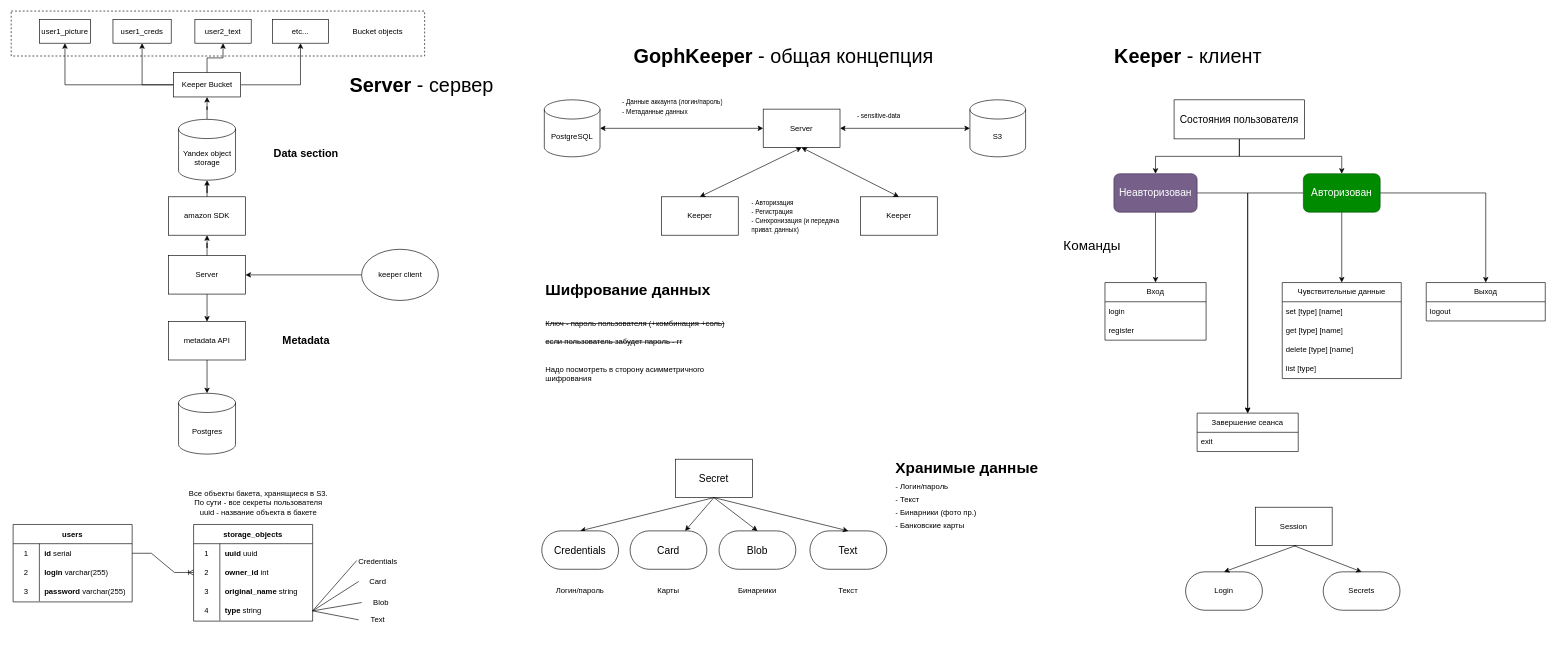
This is scheme.drawio from nessai1/gophKeeper, a draw.io file, before an edit. Source tidied: cells renumbered, new cells numbered last; positions are measured from the earlier drawing's top-left corner, leaving out a move shared by most shapes. Both pictures are drawn from the tidied source at 64%, with x=0, y=0 at pixel (11, 11).
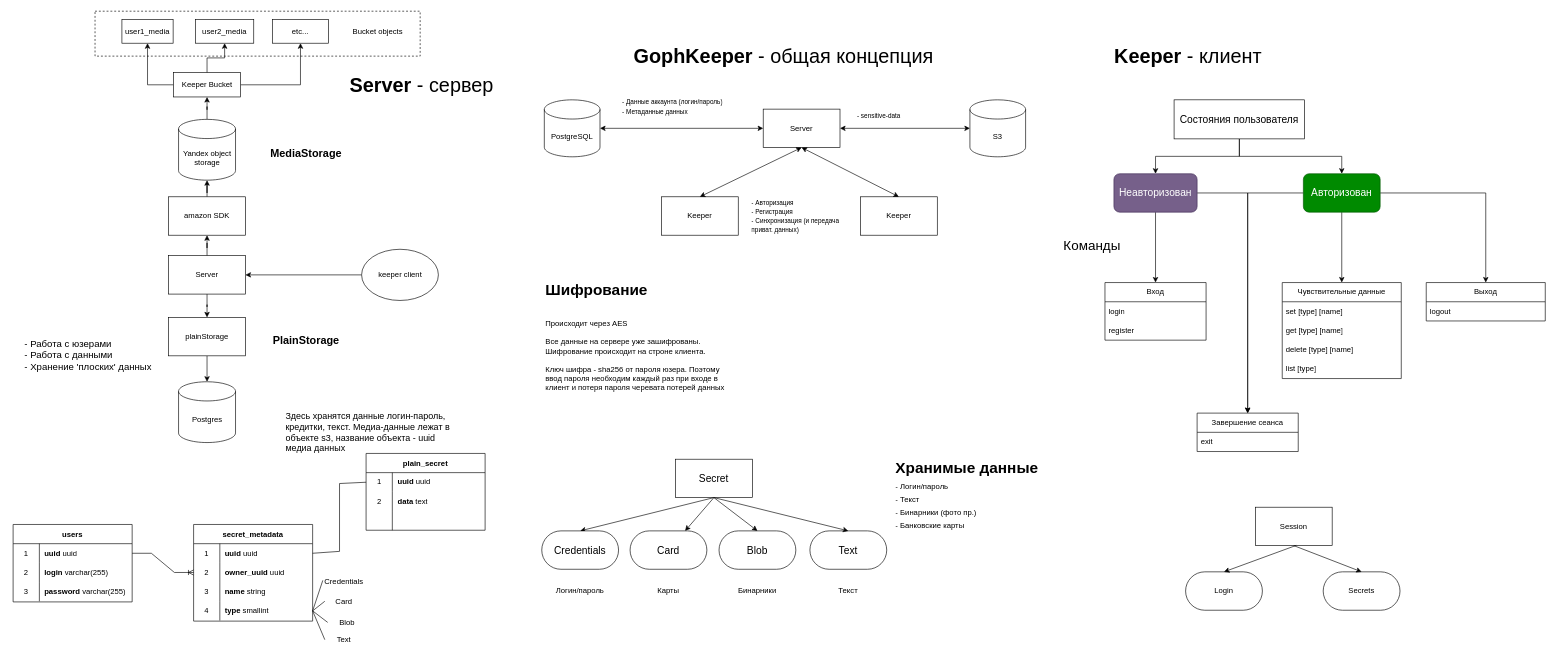
The same page after the edit.

The change refers to these unchanged cells:
```xml
<mxCell id="71" value="Keeper Bucket" style="rounded=0;whiteSpace=wrap;html=1;" parent="1" vertex="1">
  <mxGeometry x="253.5" y="96" width="105" height="38" as="geometry" />
</mxCell>
<mxCell id="86" style="shape=tableRow;horizontal=0;startSize=0;swimlaneHead=0;swimlaneBody=0;top=0;left=0;bottom=0;right=0;fillColor=none;points=[[0,0.5],[1,0.5]];portConstraint=eastwest;fontSize=12;" parent="85" vertex="1">
  <mxGeometry y="30" width="186" height="30" as="geometry" />
</mxCell>
<mxCell id="96" style="shape=tableRow;horizontal=0;startSize=0;swimlaneHead=0;swimlaneBody=0;top=0;left=0;bottom=0;right=0;fillColor=none;points=[[0,0.5],[1,0.5]];portConstraint=eastwest;fontSize=12;" parent="95" vertex="1">
  <mxGeometry y="30" width="186" height="30" as="geometry" />
</mxCell>
<mxCell id="99" style="shape=tableRow;horizontal=0;startSize=0;swimlaneHead=0;swimlaneBody=0;top=0;left=0;bottom=0;right=0;fillColor=none;points=[[0,0.5],[1,0.5]];portConstraint=eastwest;fontSize=12;" parent="95" vertex="1">
  <mxGeometry y="60" width="186" height="30" as="geometry" />
</mxCell>
<mxCell id="102" style="shape=tableRow;horizontal=0;startSize=0;swimlaneHead=0;swimlaneBody=0;top=0;left=0;bottom=0;right=0;fillColor=none;fontSize=12;" parent="95" vertex="1">
  <mxGeometry y="90" width="186" height="30" as="geometry" />
</mxCell>
<mxCell id="105" style="shape=tableRow;horizontal=0;startSize=0;swimlaneHead=0;swimlaneBody=0;top=0;left=0;bottom=0;right=0;fillColor=none;points=[[0,0.5],[1,0.5]];portConstraint=eastwest;fontSize=12;" parent="95" vertex="1">
  <mxGeometry y="120" width="186" height="30" as="geometry" />
</mxCell>
```

What changed in the source:
```diff
@@
-    <mxCell id="15" value="&lt;h1&gt;Шифрование данных&lt;/h1&gt;&lt;div&gt;&lt;strike&gt;&lt;br&gt;&lt;/strike&gt;&lt;/div&gt;&lt;div&gt;&lt;strike&gt;Ключ - пароль пользователя (+комбинация +соль)&lt;br&gt;&lt;br&gt;если пользователь забудет пароль - гг&lt;/strike&gt;&lt;/div&gt;&lt;div&gt;&lt;strike&gt;&lt;br&gt;&lt;/strike&gt;&lt;/div&gt;&lt;div&gt;&lt;strike&gt;&lt;br&gt;&lt;/strike&gt;&lt;/div&gt;&lt;div&gt;Надо посмотреть в сторону асимметричного шифрования&lt;/div&gt;&lt;div&gt;&lt;br&gt;&lt;/div&gt;" style="text;html=1;strokeColor=none;fillColor=none;spacing=5;spacingTop=-20;whiteSpace=wrap;overflow=hidden;rounded=0;" parent="1" vertex="1">
+    <mxCell id="15" value="&lt;h1&gt;Шифрование&amp;nbsp;&lt;/h1&gt;&lt;div&gt;&lt;br&gt;&lt;/div&gt;&lt;div&gt;Происходит через AES&lt;/div&gt;&lt;div&gt;&lt;br&gt;&lt;/div&gt;&lt;div&gt;Все данные на сервере уже зашифрованы. Шифрование происходит на строне клиента.&lt;/div&gt;&lt;div&gt;&lt;br&gt;&lt;/div&gt;&lt;div&gt;Ключ шифра - sha256 от пароля юзера. Поэтому ввод пароля необходим каждый раз при входе в клиент и потеря пароля черевата потерей данных&lt;/div&gt;" style="text;html=1;strokeColor=none;fillColor=none;spacing=5;spacingTop=-20;whiteSpace=wrap;overflow=hidden;rounded=0;" parent="1" vertex="1">
       <mxGeometry x="830" y="416" width="308" height="185" as="geometry" />
     </mxCell>
@@
-    <mxCell id="69" style="edgeStyle=orthogonalEdgeStyle;rounded=0;jettySize=auto;html=1;" parent="1" edge="1" source="71" target="76">
-      <mxGeometry relative="1" as="geometry" />
-    </mxCell>
@@
-    <mxCell id="74" value="user1_picture" style="rounded=0;whiteSpace=wrap;html=1;" parent="1" vertex="1">
-      <mxGeometry x="44" y="13" width="80" height="37" as="geometry" />
+    <mxCell id="74" value="user1_media" style="rounded=0;whiteSpace=wrap;html=1;" parent="1" vertex="1">
+      <mxGeometry x="173" y="13" width="80" height="37" as="geometry" />
     </mxCell>
-    <mxCell id="75" value="user1_creds" style="rounded=0;whiteSpace=wrap;html=1;" parent="1" vertex="1">
-      <mxGeometry x="159" y="13" width="91" height="37" as="geometry" />
+    <mxCell id="75" value="user2_media" style="rounded=0;whiteSpace=wrap;html=1;" parent="1" vertex="1">
+      <mxGeometry x="288" y="13" width="91" height="37" as="geometry" />
     </mxCell>
-    <mxCell id="76" value="user2_text" style="rounded=0;whiteSpace=wrap;html=1;" parent="1" vertex="1">
-      <mxGeometry x="287" y="13" width="88" height="37" as="geometry" />
-    </mxCell>
@@
     <mxCell id="78" style="rounded=0;whiteSpace=wrap;html=1;dashed=1;fillColor=none;" parent="1" vertex="1">
-      <mxGeometry y="-0.2" width="646" height="70.2" as="geometry" />
+      <mxGeometry x="131" width="508" height="70.2" as="geometry" />
     </mxCell>
@@
-    <mxCell id="80" value="Data section" style="text;html=1;strokeColor=none;fillColor=none;align=center;verticalAlign=middle;whiteSpace=wrap;rounded=0;dashed=1;fontSize=17;fontStyle=1;" parent="1" vertex="1">
+    <mxCell id="80" value="MediaStorage" style="text;html=1;strokeColor=none;fillColor=none;align=center;verticalAlign=middle;whiteSpace=wrap;rounded=0;dashed=1;fontSize=17;fontStyle=1;" parent="1" vertex="1">
       <mxGeometry x="398" y="199.5" width="126" height="47" as="geometry" />
     </mxCell>
@@
-    <mxCell id="82" value="metadata API" style="rounded=0;whiteSpace=wrap;html=1;" parent="1" vertex="1">
-      <mxGeometry x="246" y="485" width="120" height="60" as="geometry" />
+    <mxCell id="82" value="plainStorage" style="rounded=0;whiteSpace=wrap;html=1;" parent="1" vertex="1">
+      <mxGeometry x="246" y="478.5" width="120" height="60" as="geometry" />
     </mxCell>
     <mxCell id="83" value="Postgres" style="shape=cylinder3;whiteSpace=wrap;html=1;boundedLbl=1;backgroundOutline=1;size=15;" parent="1" vertex="1">
-      <mxGeometry x="261.5" y="597" width="89" height="95" as="geometry" />
+      <mxGeometry x="261.5" y="579" width="89" height="95" as="geometry" />
     </mxCell>
-    <mxCell id="84" value="Metadata" style="text;html=1;strokeColor=none;fillColor=none;align=center;verticalAlign=middle;whiteSpace=wrap;rounded=0;dashed=1;fontSize=17;fontStyle=1;" parent="1" vertex="1">
+    <mxCell id="84" value="PlainStorage" style="text;html=1;strokeColor=none;fillColor=none;align=center;verticalAlign=middle;whiteSpace=wrap;rounded=0;dashed=1;fontSize=17;fontStyle=1;" parent="1" vertex="1">
       <mxGeometry x="398" y="491.5" width="126" height="47" as="geometry" />
     </mxCell>
@@
-    <mxCell id="88" value="&lt;b&gt;id&lt;/b&gt; serial" style="shape=partialRectangle;html=1;whiteSpace=wrap;fillColor=none;top=0;left=0;bottom=0;right=0;align=left;spacingLeft=6;overflow=hidden;fontSize=12;" parent="86" vertex="1">
+    <mxCell id="88" value="&lt;b&gt;uuid &lt;/b&gt;uuid" style="shape=partialRectangle;html=1;whiteSpace=wrap;fillColor=none;top=0;left=0;bottom=0;right=0;align=left;spacingLeft=6;overflow=hidden;fontSize=12;" parent="86" vertex="1">
       <mxGeometry x="41" width="145" height="30" as="geometry" />
     </mxCell>
@@
-    <mxCell id="95" value="storage_objects" style="shape=table;startSize=30;childLayout=tableLayout;rowLines=0;fontStyle=1;fontSize=12;fillColor=default;" parent="1" vertex="1">
+    <mxCell id="95" value="secret_metadata" style="shape=table;startSize=30;childLayout=tableLayout;rowLines=0;fontStyle=1;fontSize=12;fillColor=default;" parent="1" vertex="1">
       <mxGeometry x="285" y="802" width="186" height="151" as="geometry" />
     </mxCell>
@@
-    <mxCell id="101" value="&lt;b&gt;owner_id&amp;nbsp;&lt;/b&gt;int" style="shape=partialRectangle;html=1;whiteSpace=wrap;fillColor=none;top=0;left=0;bottom=0;right=0;align=left;spacingLeft=6;overflow=hidden;fontSize=12;" parent="99" vertex="1">
+    <mxCell id="101" value="&lt;b&gt;owner_uuid &lt;/b&gt;uuid" style="shape=partialRectangle;html=1;whiteSpace=wrap;fillColor=none;top=0;left=0;bottom=0;right=0;align=left;spacingLeft=6;overflow=hidden;fontSize=12;" parent="99" vertex="1">
       <mxGeometry x="41" width="145" height="30" as="geometry" />
     </mxCell>
@@
-    <mxCell id="104" value="&lt;b&gt;original_name &lt;/b&gt;string" style="shape=partialRectangle;html=1;whiteSpace=wrap;fillColor=none;top=0;left=0;bottom=0;right=0;align=left;spacingLeft=6;overflow=hidden;fontSize=12;" parent="102" vertex="1">
+    <mxCell id="104" value="&lt;b&gt;name &lt;/b&gt;string" style="shape=partialRectangle;html=1;whiteSpace=wrap;fillColor=none;top=0;left=0;bottom=0;right=0;align=left;spacingLeft=6;overflow=hidden;fontSize=12;" parent="102" vertex="1">
       <mxGeometry x="41" width="145" height="30" as="geometry" />
     </mxCell>
@@
-    <mxCell id="107" value="&lt;b&gt;type &lt;/b&gt;string" style="shape=partialRectangle;html=1;whiteSpace=wrap;fillColor=none;top=0;left=0;bottom=0;right=0;align=left;spacingLeft=6;overflow=hidden;fontSize=12;" parent="105" vertex="1">
+    <mxCell id="107" value="&lt;b&gt;type&amp;nbsp;&lt;/b&gt;smallint" style="shape=partialRectangle;html=1;whiteSpace=wrap;fillColor=none;top=0;left=0;bottom=0;right=0;align=left;spacingLeft=6;overflow=hidden;fontSize=12;" parent="105" vertex="1">
       <mxGeometry x="41" width="145" height="30" as="geometry" />
     </mxCell>
@@
-    <mxCell id="109" value="Все объекты бакета, хранящиеся в S3. По сути - все секреты пользователя&lt;br&gt;uuid - название объекта в бакете" style="text;html=1;strokeColor=none;fillColor=none;align=center;verticalAlign=middle;whiteSpace=wrap;rounded=0;fontSize=12;" parent="1" vertex="1">
-      <mxGeometry x="272" y="733" width="229" height="69" as="geometry" />
-    </mxCell>
     <mxCell id="110" value="Credentials" style="text;html=1;strokeColor=none;fillColor=none;align=center;verticalAlign=middle;whiteSpace=wrap;rounded=0;fontSize=12;" parent="1" vertex="1">
-      <mxGeometry x="543" y="846" width="60" height="30" as="geometry" />
+      <mxGeometry x="490" y="877" width="60" height="30" as="geometry" />
     </mxCell>
     <mxCell id="111" value="Card" style="text;html=1;strokeColor=none;fillColor=none;align=center;verticalAlign=middle;whiteSpace=wrap;rounded=0;fontSize=12;" parent="1" vertex="1">
-      <mxGeometry x="543" y="876" width="60" height="30" as="geometry" />
+      <mxGeometry x="490" y="907" width="60" height="30" as="geometry" />
     </mxCell>
     <mxCell id="112" value="Blob" style="text;html=1;strokeColor=none;fillColor=none;align=center;verticalAlign=middle;whiteSpace=wrap;rounded=0;fontSize=12;" parent="1" vertex="1">
-      <mxGeometry x="547.5" y="909" width="60" height="30" as="geometry" />
+      <mxGeometry x="494.5" y="940" width="60" height="30" as="geometry" />
     </mxCell>
     <mxCell id="113" value="Text" style="text;html=1;strokeColor=none;fillColor=none;align=center;verticalAlign=middle;whiteSpace=wrap;rounded=0;fontSize=12;" parent="1" vertex="1">
-      <mxGeometry x="543" y="936" width="60" height="30" as="geometry" />
+      <mxGeometry x="490" y="967" width="60" height="30" as="geometry" />
     </mxCell>
@@
+    <mxCell id="118" value="plain_secret" style="shape=table;startSize=30;childLayout=tableLayout;rowLines=0;fontStyle=1;fontSize=12;fillColor=default;" parent="1" vertex="1">
+      <mxGeometry x="554.5" y="691" width="186" height="120" as="geometry" />
+    </mxCell>
+    <mxCell id="119" style="shape=tableRow;horizontal=0;startSize=0;swimlaneHead=0;swimlaneBody=0;top=0;left=0;bottom=0;right=0;fillColor=none;points=[[0,0.5],[1,0.5]];portConstraint=eastwest;fontSize=12;" parent="118" vertex="1">
+      <mxGeometry y="30" width="186" height="30" as="geometry" />
+    </mxCell>
+    <mxCell id="120" value="1" style="shape=partialRectangle;html=1;whiteSpace=wrap;fillColor=none;top=0;left=0;bottom=0;right=0;overflow=hidden;fontSize=12;" parent="119" vertex="1">
+      <mxGeometry width="41" height="30" as="geometry" />
+    </mxCell>
+    <mxCell id="121" value="&lt;b&gt;uuid&lt;/b&gt;&amp;nbsp;uuid" style="shape=partialRectangle;html=1;whiteSpace=wrap;fillColor=none;top=0;left=0;bottom=0;right=0;align=left;spacingLeft=6;overflow=hidden;fontSize=12;" parent="119" vertex="1">
+      <mxGeometry x="41" width="145" height="30" as="geometry" />
+    </mxCell>
+    <mxCell id="122" style="shape=tableRow;horizontal=0;startSize=0;swimlaneHead=0;swimlaneBody=0;top=0;left=0;bottom=0;right=0;fillColor=none;fontSize=12;" parent="118" vertex="1">
+      <mxGeometry y="60" width="186" height="30" as="geometry" />
+    </mxCell>
+    <mxCell id="123" value="2" style="shape=partialRectangle;html=1;whiteSpace=wrap;fillColor=none;top=0;left=0;bottom=0;right=0;overflow=hidden;fontSize=12;" parent="122" vertex="1">
+      <mxGeometry width="41" height="30" as="geometry" />
+    </mxCell>
+    <mxCell id="124" value="&lt;b&gt;data &lt;/b&gt;text" style="shape=partialRectangle;html=1;whiteSpace=wrap;fillColor=none;top=0;left=0;bottom=0;right=0;align=left;spacingLeft=6;overflow=hidden;fontSize=12;" parent="122" vertex="1">
+      <mxGeometry x="41" width="145" height="30" as="geometry" />
+    </mxCell>
+    <mxCell id="125" style="shape=tableRow;horizontal=0;startSize=0;swimlaneHead=0;swimlaneBody=0;top=0;left=0;bottom=0;right=0;fillColor=none;fontSize=12;" parent="118" vertex="1">
+      <mxGeometry y="90" width="186" height="30" as="geometry" />
+    </mxCell>
+    <mxCell id="126" style="shape=partialRectangle;html=1;whiteSpace=wrap;fillColor=none;top=0;left=0;bottom=0;right=0;overflow=hidden;fontSize=12;" parent="125" vertex="1">
+      <mxGeometry width="41" height="30" as="geometry" />
+    </mxCell>
+    <mxCell id="127" style="shape=partialRectangle;html=1;whiteSpace=wrap;fillColor=none;top=0;left=0;bottom=0;right=0;align=left;spacingLeft=6;overflow=hidden;fontSize=12;" parent="125" vertex="1">
+      <mxGeometry x="41" width="145" height="30" as="geometry" />
+    </mxCell>
+    <mxCell id="128" style="endArrow=none;html=1;rounded=0;exitX=1;exitY=0.5;exitDx=0;exitDy=0;entryX=0;entryY=0.5;entryDx=0;entryDy=0;" parent="1" edge="1" source="96" target="119">
+      <mxGeometry relative="1" as="geometry">
+        <Array as="points">
+          <mxPoint x="513" y="844" />
+          <mxPoint x="513" y="738" />
+        </Array>
+      </mxGeometry>
+    </mxCell>
+    <mxCell id="129" value="&lt;span style=&quot;font-size: 15px;&quot;&gt;- Работа с юзерами&lt;br style=&quot;font-size: 15px;&quot;&gt;&lt;/span&gt;- Работа с данными&lt;br&gt;- Хранение 'плоских' данных" style="text;strokeColor=none;fillColor=none;align=left;verticalAlign=middle;spacingLeft=4;spacingRight=4;overflow=hidden;whiteSpace=wrap;html=1;fontSize=15;" parent="1" vertex="1">
+      <mxGeometry x="15" y="490" width="224" height="93" as="geometry" />
+    </mxCell>
+    <mxCell id="130" value="&lt;span style=&quot;font-size: 14px;&quot;&gt;Здесь хранятся данные логин-пароль, кредитки, текст. Медиа-данные лежат в объекте s3, название объекта - uuid медиа данных&lt;/span&gt;" style="text;strokeColor=none;fillColor=none;align=left;verticalAlign=middle;spacingLeft=4;spacingRight=4;overflow=hidden;whiteSpace=wrap;html=1;fontSize=14;" parent="1" vertex="1">
+      <mxGeometry x="423" y="614" width="280" height="88" as="geometry" />
+    </mxCell>
```
